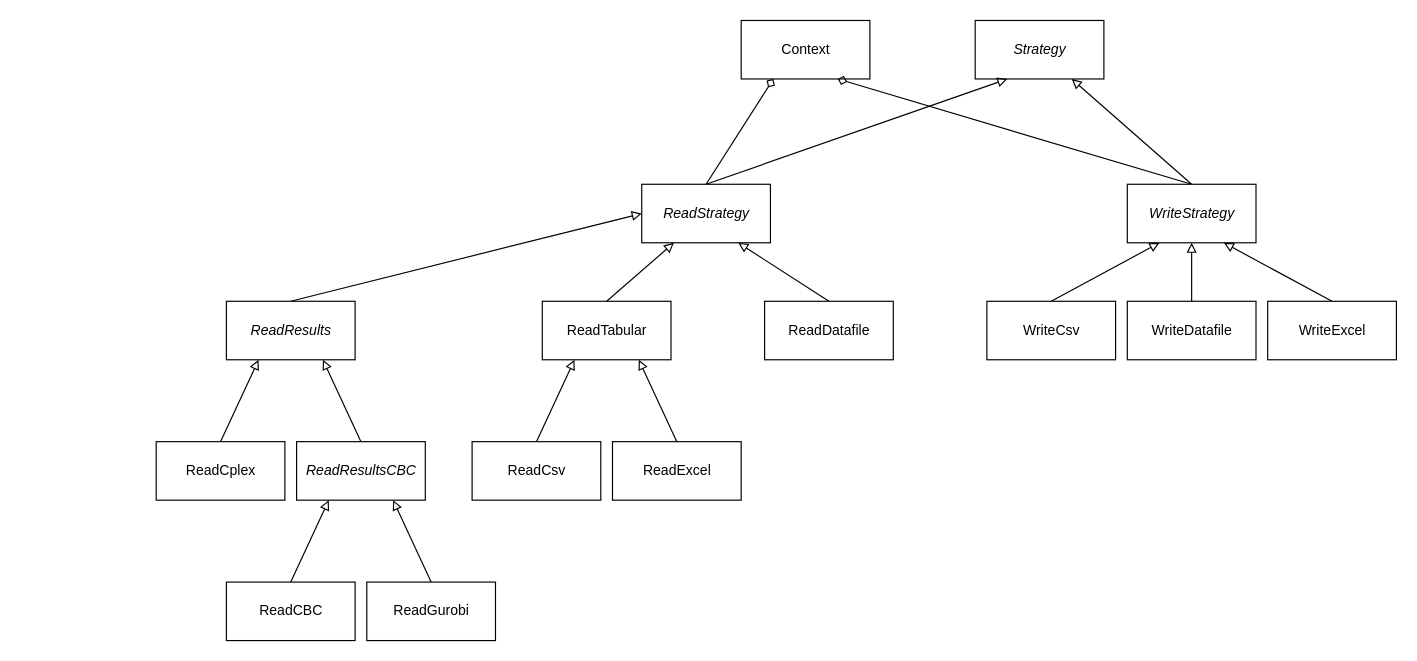
Earlier version of the draw.io diagram page "Strategy" (4 of 4) of docs/_static/otoole_figures.drawio (OSeMOSYS/otoole). Source tidied: cells renumbered, new cells numbered last; positions are measured from the earlier drawing's top-left corner, leaving out a move shared by most shapes. Both pictures are drawn from the tidied source at 117%, with x=0, y=0 at pixel (156, 20).
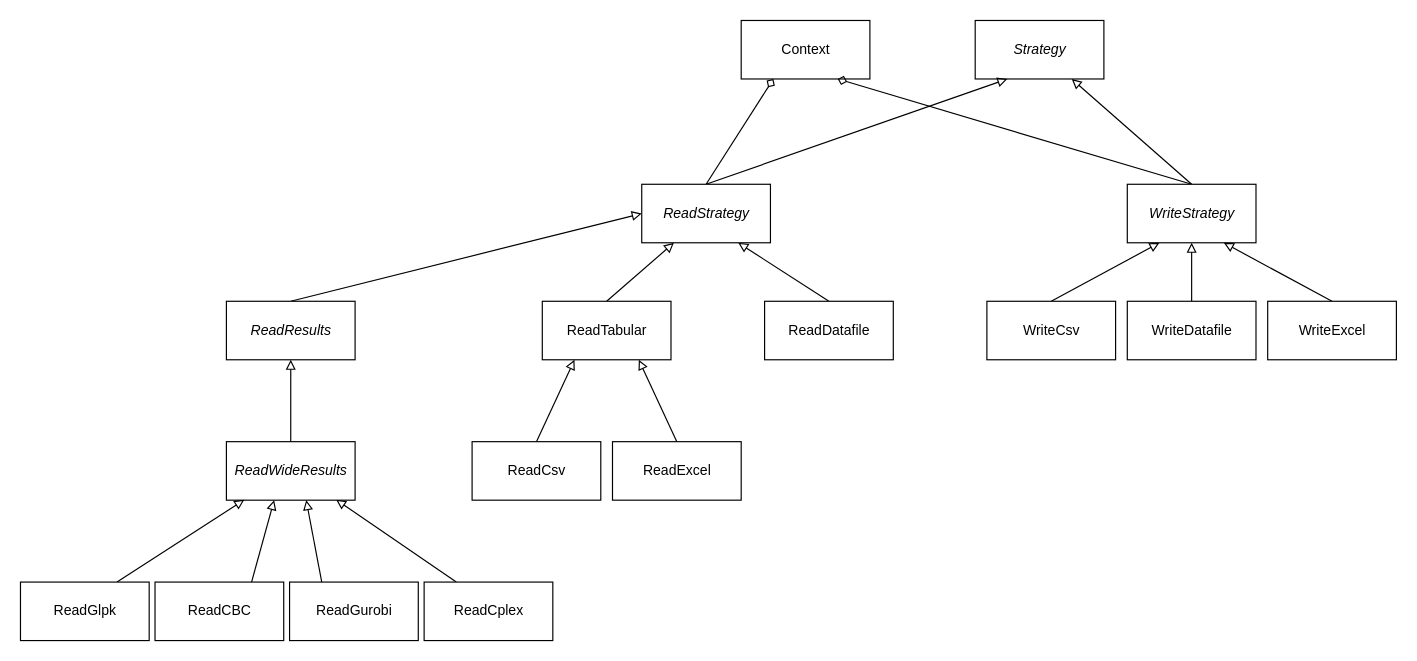
After the change.

Commit message (it also covers changes not shown here):
update class diagram

The change refers to these unchanged cells:
```xml
<mxCell id="11" value="ReadResults" style="html=1;fontStyle=2;" parent="1" vertex="1">
  <mxGeometry x="60" y="240" width="110" height="50" as="geometry" />
</mxCell>
```

Diff of the diagram source:
```diff
@@
-    <mxCell id="12" style="edgeStyle=none;rounded=0;jettySize=auto;html=1;exitX=0.5;exitY=0;exitDx=0;exitDy=0;entryX=0.25;entryY=1;entryDx=0;entryDy=0;endArrow=block;endFill=0;" parent="1" edge="1" source="13" target="11">
-      <mxGeometry relative="1" as="geometry" />
-    </mxCell>
+    <mxCell id="34" style="rounded=0;jettySize=auto;html=1;exitX=0.25;exitY=0;exitDx=0;exitDy=0;entryX=0.852;entryY=0.99;entryDx=0;entryDy=0;endArrow=block;endFill=0;entryPerimeter=0;" parent="1" edge="1" source="13" target="15">
+      <mxGeometry relative="1" as="geometry" />
+    </mxCell>
     <mxCell id="13" value="ReadCplex" style="html=1;" parent="1" vertex="1">
-      <mxGeometry y="360" width="110" height="50" as="geometry" />
+      <mxGeometry x="229" y="480" width="110" height="50" as="geometry" />
     </mxCell>
-    <mxCell id="14" style="edgeStyle=none;rounded=0;jettySize=auto;html=1;exitX=0.5;exitY=0;exitDx=0;exitDy=0;entryX=0.75;entryY=1;entryDx=0;entryDy=0;endArrow=block;endFill=0;" parent="1" edge="1" source="15" target="11">
+    <mxCell id="14" style="edgeStyle=none;rounded=0;jettySize=auto;html=1;exitX=0.5;exitY=0;exitDx=0;exitDy=0;entryX=0.5;entryY=1;entryDx=0;entryDy=0;endArrow=block;endFill=0;" parent="1" edge="1" source="15" target="11">
       <mxGeometry relative="1" as="geometry" />
     </mxCell>
-    <mxCell id="15" value="ReadResultsCBC" style="html=1;fontStyle=2;" parent="1" vertex="1">
-      <mxGeometry x="120" y="360" width="110" height="50" as="geometry" />
+    <mxCell id="15" value="ReadWideResults" style="html=1;fontStyle=2;" parent="1" vertex="1">
+      <mxGeometry x="60" y="360" width="110" height="50" as="geometry" />
     </mxCell>
-    <mxCell id="16" style="rounded=0;jettySize=auto;html=1;exitX=0.5;exitY=0;exitDx=0;exitDy=0;entryX=0.25;entryY=1;entryDx=0;entryDy=0;endArrow=block;endFill=0;" parent="1" edge="1" source="17" target="15">
+    <mxCell id="16" style="rounded=0;jettySize=auto;html=1;exitX=0.75;exitY=0;exitDx=0;exitDy=0;entryX=0.371;entryY=1;entryDx=0;entryDy=0;endArrow=block;endFill=0;entryPerimeter=0;" parent="1" edge="1" source="17" target="15">
       <mxGeometry relative="1" as="geometry" />
     </mxCell>
     <mxCell id="17" value="ReadCBC" style="html=1;" parent="1" vertex="1">
-      <mxGeometry x="60" y="480" width="110" height="50" as="geometry" />
+      <mxGeometry x="-1" y="480" width="110" height="50" as="geometry" />
     </mxCell>
-    <mxCell id="18" style="edgeStyle=none;rounded=0;jettySize=auto;html=1;exitX=0.5;exitY=0;exitDx=0;exitDy=0;entryX=0.75;entryY=1;entryDx=0;entryDy=0;endArrow=block;endFill=0;" parent="1" edge="1" source="19" target="15">
+    <mxCell id="18" style="edgeStyle=none;rounded=0;jettySize=auto;html=1;exitX=0.25;exitY=0;exitDx=0;exitDy=0;entryX=0.62;entryY=1;entryDx=0;entryDy=0;endArrow=block;endFill=0;entryPerimeter=0;" parent="1" edge="1" source="19" target="15">
       <mxGeometry relative="1" as="geometry" />
     </mxCell>
     <mxCell id="19" value="ReadGurobi" style="html=1;" parent="1" vertex="1">
-      <mxGeometry x="180" y="480" width="110" height="50" as="geometry" />
+      <mxGeometry x="114" y="480" width="110" height="50" as="geometry" />
     </mxCell>
@@
+    <mxCell id="35" style="rounded=0;jettySize=auto;html=1;exitX=0.75;exitY=0;exitDx=0;exitDy=0;endArrow=block;endFill=0;entryX=0.139;entryY=0.994;entryDx=0;entryDy=0;entryPerimeter=0;" parent="1" edge="1" source="36" target="15">
+      <mxGeometry relative="1" as="geometry" />
+    </mxCell>
+    <mxCell id="36" value="ReadGlpk" style="html=1;" parent="1" vertex="1">
+      <mxGeometry x="-116" y="480" width="110" height="50" as="geometry" />
+    </mxCell>
```
